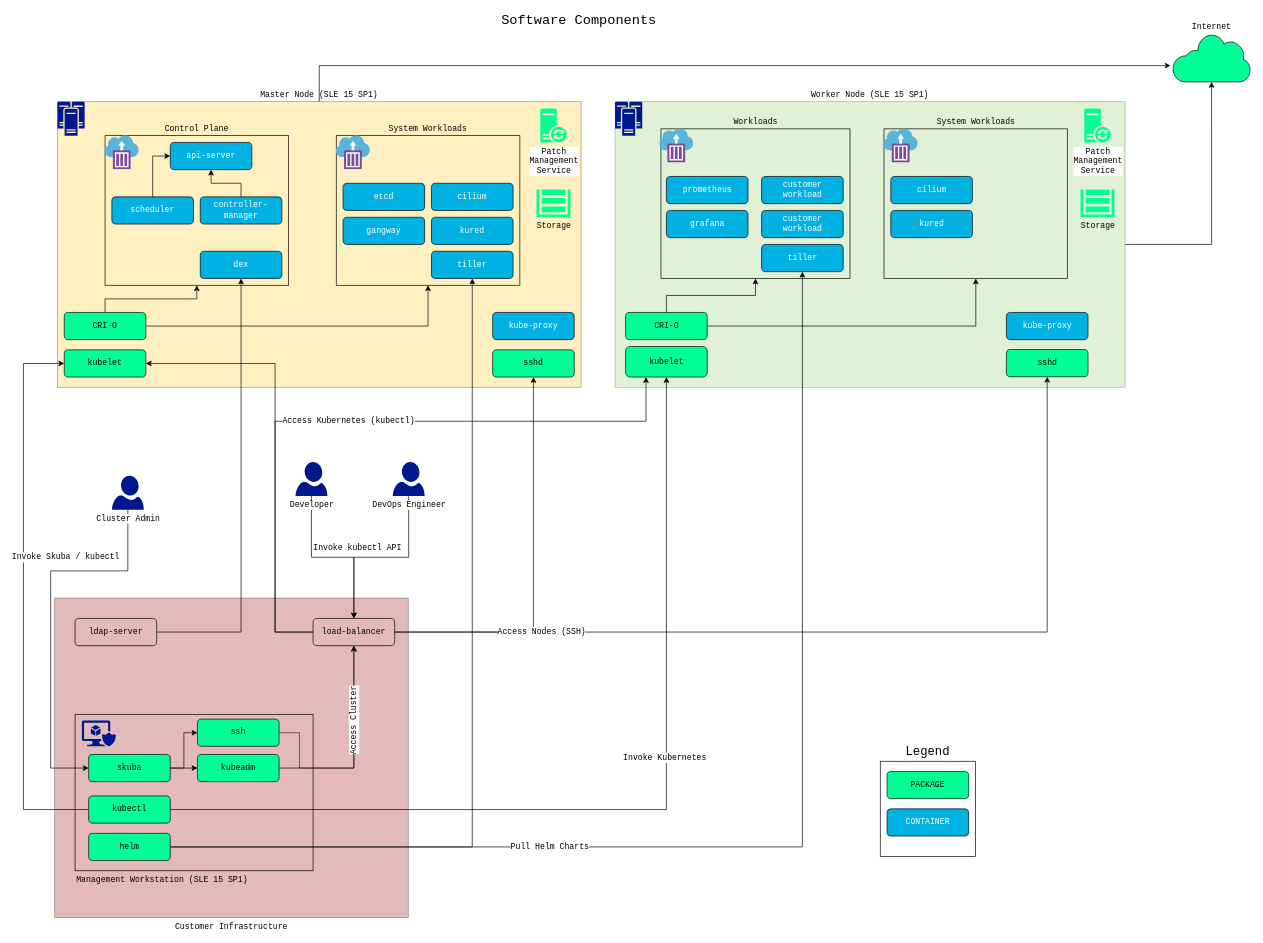
The draw.io diagram adoc/images/src/caasp_cluster_components.drawio in SUSE/doc-caasp, before the edit. Source tidied: cells renumbered, new cells numbered last; positions are measured from the earlier drawing's top-left corner, leaving out a move shared by most shapes. Both pictures are drawn from the tidied source at 68%, with x=0, y=0 at pixel (23, 13).
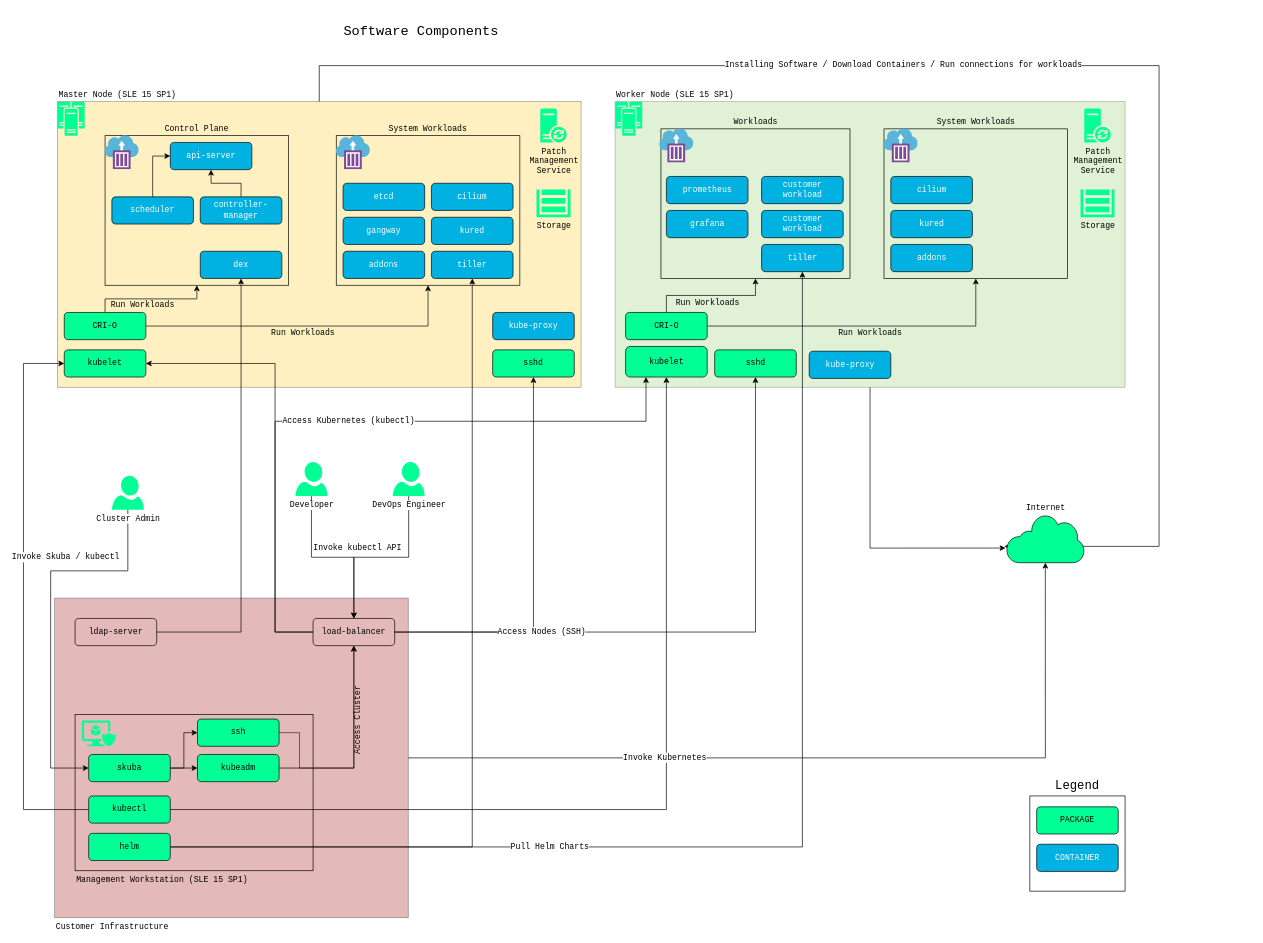
The same diagram, later.

Commit message (it also covers changes not shown here):
Update diagrams formatting and colors

The change refers to these unchanged cells:
```xml
<mxCell id="24" style="edgeStyle=orthogonalEdgeStyle;rounded=0;jettySize=auto;html=1;entryX=0.5;entryY=1;entryDx=0;entryDy=0;startArrow=none;startFill=0;endArrow=classic;endFill=1;fontFamily=Courier New;fontColor=#000000;" parent="1" edge="1" source="26" target="11">
  <mxGeometry relative="1" as="geometry" />
</mxCell>
<mxCell id="25" style="edgeStyle=orthogonalEdgeStyle;rounded=0;jettySize=auto;html=1;entryX=0.5;entryY=1;entryDx=0;entryDy=0;startArrow=none;startFill=0;endArrow=classic;endFill=1;fontFamily=Courier New;fontColor=#000000;" parent="1" edge="1" source="26" target="7">
  <mxGeometry relative="1" as="geometry" />
</mxCell>
<mxCell id="31" style="edgeStyle=orthogonalEdgeStyle;rounded=0;jettySize=auto;html=1;entryX=0.5;entryY=1;entryDx=0;entryDy=0;startArrow=none;startFill=0;endArrow=classic;endFill=1;fontFamily=Courier New;fontColor=#000000;" parent="1" edge="1" source="33" target="76">
  <mxGeometry relative="1" as="geometry" />
</mxCell>
<mxCell id="58" style="edgeStyle=orthogonalEdgeStyle;rounded=0;jettySize=auto;html=1;entryX=0.5;entryY=1;entryDx=0;entryDy=0;startArrow=none;startFill=0;endArrow=classic;endFill=1;fontFamily=Courier New;fontColor=#000000;" parent="1" edge="1" source="60" target="16">
  <mxGeometry relative="1" as="geometry" />
</mxCell>
<mxCell id="59" style="edgeStyle=orthogonalEdgeStyle;rounded=0;jettySize=auto;html=1;entryX=0.5;entryY=1;entryDx=0;entryDy=0;startArrow=none;startFill=0;endArrow=classic;endFill=1;fontFamily=Courier New;fontColor=#000000;" parent="1" edge="1" source="60" target="10">
  <mxGeometry relative="1" as="geometry" />
</mxCell>
```

Change to the diagram source:
```diff
@@
-    <mxCell id="2" style="edgeStyle=orthogonalEdgeStyle;rounded=0;jettySize=auto;html=1;startArrow=none;startFill=0;endArrow=classic;endFill=1;fontFamily=Courier New;fontColor=#000000;entryX=0.5;entryY=1;entryDx=0;entryDy=0;entryPerimeter=0;" parent="1" edge="1" source="3" target="48">
-      <mxGeometry relative="1" as="geometry" />
+    <mxCell id="2" style="edgeStyle=orthogonalEdgeStyle;rounded=0;jettySize=auto;html=1;entryX=-0.011;entryY=0.697;entryDx=0;entryDy=0;entryPerimeter=0;startArrow=none;startFill=0;endArrow=classic;endFill=1;fontFamily=Courier New;fontColor=#000000;" parent="1" edge="1" source="3" target="48">
+      <mxGeometry relative="1" as="geometry">
+        <Array as="points">
+          <mxPoint x="1245" y="786" />
+          <mxPoint x="1444" y="786" />
+        </Array>
+      </mxGeometry>
     </mxCell>
-    <mxCell id="3" value="Worker Node (SLE 15 SP1)" style="rounded=0;whiteSpace=wrap;html=1;fillColor=#97D077;fontFamily=Courier New;align=center;labelPosition=center;verticalLabelPosition=top;verticalAlign=bottom;opacity=30;" parent="1" vertex="1">
+    <mxCell id="3" value="Worker Node (SLE 15 SP1)" style="rounded=0;whiteSpace=wrap;html=1;fillColor=#97D077;fontFamily=Courier New;align=left;labelPosition=center;verticalLabelPosition=top;verticalAlign=bottom;opacity=30;" parent="1" vertex="1">
       <mxGeometry x="870" y="130" width="750" height="420" as="geometry" />
     </mxCell>
@@
+    <mxCell id="91" style="edgeStyle=orthogonalEdgeStyle;rounded=0;jettySize=auto;html=1;entryX=0.5;entryY=1;entryDx=0;entryDy=0;entryPerimeter=0;startArrow=none;startFill=0;endArrow=classic;endFill=1;fontFamily=Courier New;fontColor=#000000;" parent="1" edge="1" source="5" target="48">
+      <mxGeometry relative="1" as="geometry" />
+    </mxCell>
-    <mxCell id="5" value="Customer Infrastructure" style="rounded=0;whiteSpace=wrap;html=1;fillColor=#B85450;fontFamily=Courier New;align=center;labelPosition=center;verticalLabelPosition=bottom;verticalAlign=top;strokeColor=#000000;opacity=40;" parent="1" vertex="1">
+    <mxCell id="5" value="Customer Infrastructure" style="rounded=0;whiteSpace=wrap;html=1;fillColor=#B85450;fontFamily=Courier New;align=left;labelPosition=center;verticalLabelPosition=bottom;verticalAlign=top;strokeColor=#000000;opacity=40;" parent="1" vertex="1">
       <mxGeometry x="45.9" y="860" width="520" height="470" as="geometry" />
     </mxCell>
     <mxCell id="6" value="&lt;div style=&quot;font-size: 18px&quot;&gt;&lt;font style=&quot;font-size: 18px&quot;&gt;Legend&lt;/font&gt;&lt;/div&gt;" style="whiteSpace=wrap;html=1;strokeColor=#000000;fillColor=none;fontFamily=Courier New;align=center;labelPosition=center;verticalLabelPosition=top;verticalAlign=bottom;" parent="1" vertex="1">
-      <mxGeometry x="1260" y="1100" width="140" height="140" as="geometry" />
+      <mxGeometry x="1480" y="1151" width="140" height="140" as="geometry" />
     </mxCell>
@@
     <mxCell id="8" style="edgeStyle=orthogonalEdgeStyle;rounded=0;jettySize=auto;html=1;entryX=-0.026;entryY=0.662;entryDx=0;entryDy=0;entryPerimeter=0;startArrow=none;startFill=0;endArrow=classic;endFill=1;fontFamily=Courier New;fontColor=#000000;" parent="1" edge="1" source="9" target="48">
       <mxGeometry relative="1" as="geometry">
         <Array as="points">
           <mxPoint x="435" y="77" />
+          <mxPoint x="1670" y="77" />
+          <mxPoint x="1670" y="784" />
         </Array>
       </mxGeometry>
     </mxCell>
+    <mxCell id="92" value="Installing Software / Download Containers / Run connections for workloads" style="text;html=1;align=center;verticalAlign=middle;labelBackgroundColor=#ffffff;fontFamily=Courier New;fontColor=#000000;" parent="8" vertex="1">
+      <mxGeometry x="-0.18" y="2" relative="1" as="geometry" />
+    </mxCell>
-    <mxCell id="9" value="Master Node (SLE 15 SP1)" style="rounded=0;whiteSpace=wrap;html=1;fillColor=#FFD966;fontFamily=Courier New;align=center;labelPosition=center;verticalLabelPosition=top;verticalAlign=bottom;strokeColor=#000000;opacity=40;" parent="1" vertex="1">
+    <mxCell id="9" value="Master Node (SLE 15 SP1)" style="rounded=0;whiteSpace=wrap;html=1;fillColor=#FFD966;fontFamily=Courier New;align=left;labelPosition=center;verticalLabelPosition=top;verticalAlign=bottom;strokeColor=#000000;opacity=40;" parent="1" vertex="1">
       <mxGeometry x="50" y="130" width="770" height="420" as="geometry" />
     </mxCell>
@@
     <mxCell id="17" value="&lt;font style=&quot;font-size: 20px&quot;&gt;Software Components&lt;/font&gt;" style="text;html=1;strokeColor=none;fillColor=none;align=center;verticalAlign=middle;whiteSpace=wrap;rounded=0;fontFamily=Courier New;" parent="1" vertex="1">
-      <mxGeometry x="672" width="290" height="20" as="geometry" />
+      <mxGeometry x="440" y="17" width="290" height="20" as="geometry" />
     </mxCell>
@@
+    <mxCell id="93" value="Run Workloads" style="text;html=1;align=center;verticalAlign=middle;labelBackgroundColor=none;fontFamily=Courier New;fontColor=#000000;" parent="24" vertex="1">
+      <mxGeometry x="0.27" relative="1" as="geometry">
+        <mxPoint x="-30.5" y="11" as="offset" />
+      </mxGeometry>
+    </mxCell>
@@
+    <mxCell id="94" value="Run Workloads" style="text;html=1;align=center;verticalAlign=middle;labelBackgroundColor=none;fontFamily=Courier New;fontColor=#000000;" parent="25" vertex="1">
+      <mxGeometry x="0.04" y="1" relative="1" as="geometry">
+        <mxPoint x="-3" y="11" as="offset" />
+      </mxGeometry>
+    </mxCell>
@@
-    <mxCell id="32" value="Access Cluster" style="text;html=1;align=center;verticalAlign=middle;labelBackgroundColor=#ffffff;fontFamily=Courier New;fontColor=#000000;labelBorderColor=none;rotation=-90;" parent="31" vertex="1">
+    <mxCell id="32" value="Access Cluster" style="text;html=1;align=center;verticalAlign=middle;labelBackgroundColor=none;fontFamily=Courier New;fontColor=#000000;labelBorderColor=none;rotation=-90;" parent="31" vertex="1">
       <mxGeometry x="-0.24" y="56" relative="1" as="geometry">
-        <mxPoint x="55.9" y="-69.5" as="offset" />
+        <mxPoint x="61" y="-70" as="offset" />
       </mxGeometry>
     </mxCell>
@@
     <mxCell id="48" value="Internet" style="shadow=0;dashed=0;html=1;strokeColor=#000000;labelPosition=center;verticalLabelPosition=top;verticalAlign=bottom;align=center;fillColor=#02ff95;shape=mxgraph.mscae.enterprise.internet;fontFamily=Courier New;" parent="1" vertex="1">
-      <mxGeometry x="1690" y="30" width="114.5" height="71" as="geometry" />
+      <mxGeometry x="1445.5" y="737" width="114.5" height="71" as="geometry" />
     </mxCell>
-    <mxCell id="49" style="shadow=0;dashed=0;html=1;strokeColor=none;labelPosition=center;verticalLabelPosition=bottom;verticalAlign=top;align=center;fillColor=#00188D;shape=mxgraph.mscae.enterprise.cluster_server;fontFamily=Courier New;" parent="1" vertex="1">
+    <mxCell id="49" style="shadow=0;dashed=0;html=1;strokeColor=none;labelPosition=center;verticalLabelPosition=bottom;verticalAlign=top;align=center;fillColor=#02FF95;shape=mxgraph.mscae.enterprise.cluster_server;fontFamily=Courier New;" parent="1" vertex="1">
       <mxGeometry x="50" y="130" width="40" height="50" as="geometry" />
     </mxCell>
-    <mxCell id="50" style="shadow=0;dashed=0;html=1;strokeColor=none;labelPosition=center;verticalLabelPosition=bottom;verticalAlign=top;align=center;fillColor=#00188D;shape=mxgraph.mscae.enterprise.cluster_server;fontFamily=Courier New;" parent="1" vertex="1">
+    <mxCell id="50" style="shadow=0;dashed=0;html=1;strokeColor=none;labelPosition=center;verticalLabelPosition=bottom;verticalAlign=top;align=center;fillColor=#02FF95;shape=mxgraph.mscae.enterprise.cluster_server;fontFamily=Courier New;" parent="1" vertex="1">
       <mxGeometry x="870" y="130" width="40" height="50" as="geometry" />
     </mxCell>
@@
     <mxCell id="52" value="sshd" style="rounded=1;whiteSpace=wrap;html=1;fillColor=#02FF95;fontFamily=Courier New;" parent="1" vertex="1">
-      <mxGeometry x="1445.5" y="494.5" width="120" height="40" as="geometry" />
+      <mxGeometry x="1016.5" y="495" width="120" height="40" as="geometry" />
     </mxCell>
     <mxCell id="53" value="PACKAGE" style="rounded=1;whiteSpace=wrap;html=1;fillColor=#02FF95;fontFamily=Courier New;" parent="1" vertex="1">
-      <mxGeometry x="1270" y="1115" width="120" height="40" as="geometry" />
+      <mxGeometry x="1490" y="1167" width="120" height="40" as="geometry" />
     </mxCell>
     <mxCell id="54" value="CONTAINER" style="rounded=1;whiteSpace=wrap;html=1;fillColor=#00b1e2;fontFamily=Courier New;strokeColor=#000000;fontColor=#FFFFFF;" parent="1" vertex="1">
-      <mxGeometry x="1270" y="1170" width="120" height="40" as="geometry" />
+      <mxGeometry x="1490" y="1222" width="120" height="40" as="geometry" />
     </mxCell>
@@
     <mxCell id="57" value="kube-proxy" style="rounded=1;whiteSpace=wrap;html=1;fillColor=#00B1E2;fontFamily=Courier New;fontColor=#FFFFFF;" parent="1" vertex="1">
-      <mxGeometry x="1445.5" y="440" width="120" height="40" as="geometry" />
+      <mxGeometry x="1155.5" y="497" width="120" height="40" as="geometry" />
     </mxCell>
@@
+    <mxCell id="95" value="Run Workloads" style="text;html=1;align=center;verticalAlign=middle;labelBackgroundColor=none;fontFamily=Courier New;fontColor=#000000;" parent="58" vertex="1">
+      <mxGeometry x="-0.17" relative="1" as="geometry">
+        <mxPoint x="1.5" y="9" as="offset" />
+      </mxGeometry>
+    </mxCell>
@@
+    <mxCell id="96" value="Run Workloads" style="text;html=1;align=center;verticalAlign=middle;labelBackgroundColor=none;fontFamily=Courier New;fontColor=#000000;" parent="59" vertex="1">
+      <mxGeometry x="-0.17" y="1" relative="1" as="geometry">
+        <mxPoint x="33.3" y="11" as="offset" />
+      </mxGeometry>
+    </mxCell>
@@
-    <mxCell id="79" style="shadow=0;dashed=0;html=1;strokeColor=none;labelPosition=right;verticalLabelPosition=top;verticalAlign=bottom;align=left;fillColor=#00188D;shape=mxgraph.mscae.enterprise.secure_virtual_machine;fontFamily=Courier New;" parent="1" vertex="1">
+    <mxCell id="79" style="shadow=0;dashed=0;html=1;strokeColor=none;labelPosition=right;verticalLabelPosition=top;verticalAlign=bottom;align=left;fillColor=#02FF95;shape=mxgraph.mscae.enterprise.secure_virtual_machine;fontFamily=Courier New;" parent="1" vertex="1">
       <mxGeometry x="85.9" y="1040" width="50" height="38" as="geometry" />
     </mxCell>
@@
-    <mxCell id="81" value="Patch&lt;br&gt;Management&lt;br&gt;Service" style="shadow=0;dashed=0;html=1;strokeColor=none;labelPosition=center;verticalLabelPosition=bottom;verticalAlign=top;align=center;fillColor=#02FF95;shape=mxgraph.mscae.enterprise.database_synchronization;labelBackgroundColor=#ffffff;fontFamily=Courier New;fontColor=#000000;" parent="1" vertex="1">
+    <mxCell id="81" value="Patch&lt;br&gt;Management&lt;br&gt;Service" style="shadow=0;dashed=0;html=1;strokeColor=none;labelPosition=center;verticalLabelPosition=bottom;verticalAlign=top;align=center;fillColor=#02FF95;shape=mxgraph.mscae.enterprise.database_synchronization;labelBackgroundColor=none;fontFamily=Courier New;fontColor=#000000;" parent="1" vertex="1">
       <mxGeometry x="760" y="140" width="39" height="50" as="geometry" />
     </mxCell>
-    <mxCell id="82" value="Patch&lt;br&gt;Management&lt;br&gt;Service" style="shadow=0;dashed=0;html=1;strokeColor=none;labelPosition=center;verticalLabelPosition=bottom;verticalAlign=top;align=center;fillColor=#02FF95;shape=mxgraph.mscae.enterprise.database_synchronization;labelBackgroundColor=#ffffff;fontFamily=Courier New;fontColor=#000000;" parent="1" vertex="1">
+    <mxCell id="82" value="Patch&lt;br&gt;Management&lt;br&gt;Service" style="shadow=0;dashed=0;html=1;strokeColor=none;labelPosition=center;verticalLabelPosition=bottom;verticalAlign=top;align=center;fillColor=#02FF95;shape=mxgraph.mscae.enterprise.database_synchronization;labelBackgroundColor=none;fontFamily=Courier New;fontColor=#000000;" parent="1" vertex="1">
       <mxGeometry x="1560" y="140" width="39" height="50" as="geometry" />
     </mxCell>
@@
-    <mxCell id="85" value="Cluster Admin" style="shadow=0;dashed=0;html=1;strokeColor=none;labelPosition=center;verticalLabelPosition=bottom;verticalAlign=top;align=center;fillColor=#00188D;shape=mxgraph.azure.user;labelBackgroundColor=#ffffff;fontFamily=Courier New;fontColor=#000000;" parent="1" vertex="1">
+    <mxCell id="85" value="Cluster Admin" style="shadow=0;dashed=0;html=1;strokeColor=none;labelPosition=center;verticalLabelPosition=bottom;verticalAlign=top;align=center;fillColor=#02FF95;shape=mxgraph.azure.user;labelBackgroundColor=#ffffff;fontFamily=Courier New;fontColor=#000000;" parent="1" vertex="1">
       <mxGeometry x="130" y="680" width="47" height="50" as="geometry" />
     </mxCell>
@@
-    <mxCell id="87" value="Developer" style="shadow=0;dashed=0;html=1;strokeColor=none;labelPosition=center;verticalLabelPosition=bottom;verticalAlign=top;align=center;fillColor=#00188D;shape=mxgraph.azure.user;labelBackgroundColor=#ffffff;fontFamily=Courier New;fontColor=#000000;" parent="1" vertex="1">
+    <mxCell id="87" value="Developer" style="shadow=0;dashed=0;html=1;strokeColor=none;labelPosition=center;verticalLabelPosition=bottom;verticalAlign=top;align=center;fillColor=#02FF95;shape=mxgraph.azure.user;labelBackgroundColor=#ffffff;fontFamily=Courier New;fontColor=#000000;" parent="1" vertex="1">
       <mxGeometry x="400" y="660" width="47" height="50" as="geometry" />
     </mxCell>
@@
-    <mxCell id="89" value="DevOps Engineer" style="shadow=0;dashed=0;html=1;strokeColor=none;labelPosition=center;verticalLabelPosition=bottom;verticalAlign=top;align=center;fillColor=#00188D;shape=mxgraph.azure.user;labelBackgroundColor=#ffffff;fontFamily=Courier New;fontColor=#000000;" parent="1" vertex="1">
+    <mxCell id="89" value="DevOps Engineer" style="shadow=0;dashed=0;html=1;strokeColor=none;labelPosition=center;verticalLabelPosition=bottom;verticalAlign=top;align=center;fillColor=#02FF95;shape=mxgraph.azure.user;labelBackgroundColor=#ffffff;fontFamily=Courier New;fontColor=#000000;" parent="1" vertex="1">
       <mxGeometry x="543" y="660" width="47" height="50" as="geometry" />
     </mxCell>
@@
+    <mxCell id="97" value="addons" style="rounded=1;whiteSpace=wrap;html=1;fillColor=#00B1E2;fontFamily=Courier New;fontColor=#FFFFFF;" parent="1" vertex="1">
+      <mxGeometry x="1275.5" y="340" width="120" height="40" as="geometry" />
+    </mxCell>
+    <mxCell id="98" value="addons" style="rounded=1;whiteSpace=wrap;html=1;fillColor=#00B1E2;fontFamily=Courier New;fontColor=#FFFFFF;" parent="1" vertex="1">
+      <mxGeometry x="470" y="350" width="120" height="40" as="geometry" />
+    </mxCell>
```
